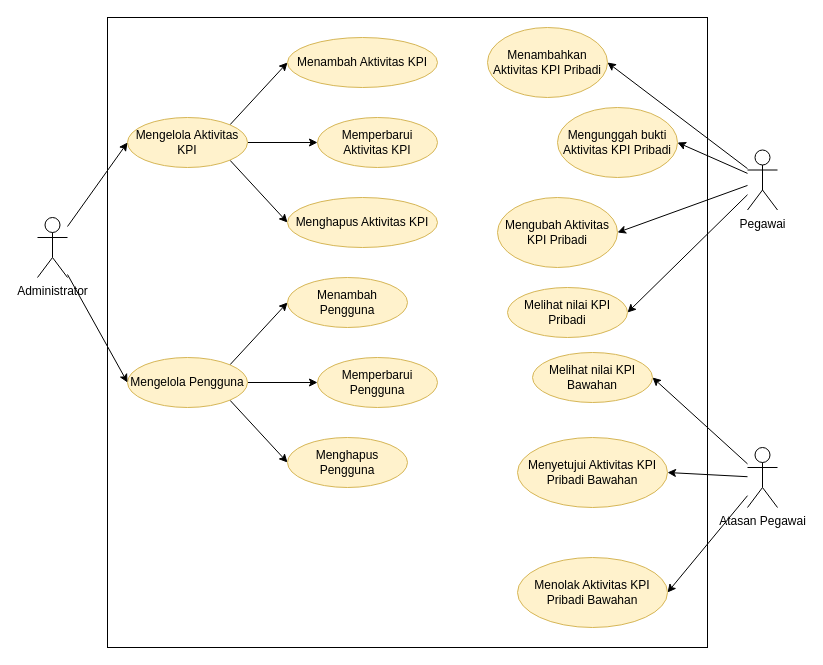
Above: page "Use Case Diagram" (3 of 5) of Diagrams.drawio in FaisZ/KPISystem (draw.io), before the change. Source tidied: cells renumbered, new cells numbered last; positions are measured from the earlier drawing's top-left corner, leaving out a move shared by most shapes. Both pictures are drawn from the tidied source at 100%, with x=0, y=0 at pixel (37, 17).
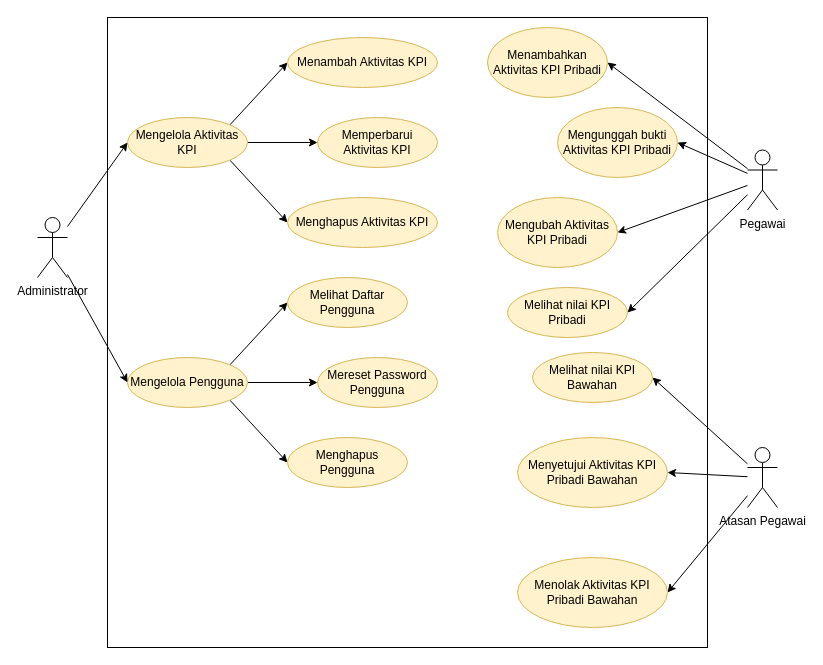
The same page after the edit.

What changed in the source:
```diff
@@
-    <mxCell id="14" value="Menambah Pengguna" style="ellipse;whiteSpace=wrap;html=1;fillColor=#fff2cc;strokeColor=#d6b656;" parent="1" vertex="1">
+    <mxCell id="14" value="Melihat Daftar Pengguna" style="ellipse;whiteSpace=wrap;html=1;fillColor=#fff2cc;strokeColor=#d6b656;" parent="1" vertex="1">
       <mxGeometry x="250" y="260" width="120" height="50" as="geometry" />
     </mxCell>
-    <mxCell id="15" value="Memperbarui Pengguna" style="ellipse;whiteSpace=wrap;html=1;fillColor=#fff2cc;strokeColor=#d6b656;" parent="1" vertex="1">
+    <mxCell id="15" value="Mereset Password Pengguna" style="ellipse;whiteSpace=wrap;html=1;fillColor=#fff2cc;strokeColor=#d6b656;" parent="1" vertex="1">
       <mxGeometry x="280" y="340" width="120" height="50" as="geometry" />
     </mxCell>
```
